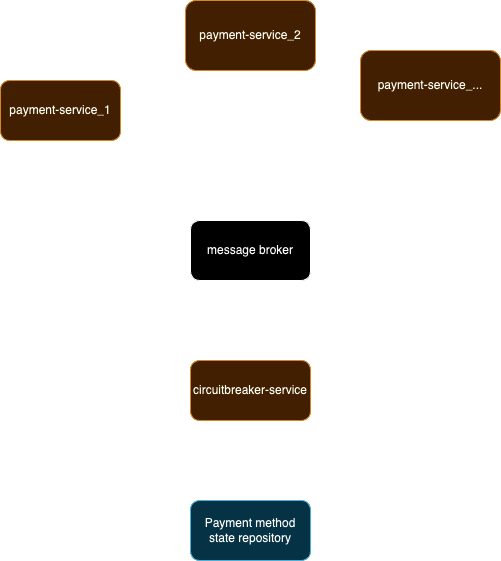
This is assets/img/articles/2024-11-30-circuitbreaker-not-only-for-http-calls/arch.png from allegro/blog, a draw.io export, as it was before one commit. Source tidied: cells renumbered, new cells last; positions are measured from the earlier drawing's top-left corner, leaving out a move shared by most shapes. Source of this version:
```xml
<mxGraphModel>
  <root>
    <mxCell id="0" />
    <mxCell id="1" parent="0" />
    <mxCell id="2" style="edgeStyle=orthogonalEdgeStyle;rounded=0;jettySize=auto;html=1;entryX=0;entryY=0;entryDx=0;entryDy=0;" parent="1" edge="1" source="3" target="9">
      <mxGeometry relative="1" as="geometry" />
    </mxCell>
    <mxCell id="3" value="payment-service_1" style="rounded=1;whiteSpace=wrap;html=1;fillColor=#fad7ac;strokeColor=#b46504;" parent="1" vertex="1">
      <mxGeometry y="80" width="120" height="60" as="geometry" />
    </mxCell>
    <mxCell id="4" style="edgeStyle=orthogonalEdgeStyle;rounded=0;jettySize=auto;html=1;" parent="1" edge="1" source="5" target="9">
      <mxGeometry relative="1" as="geometry" />
    </mxCell>
    <mxCell id="5" value="payment-service_2" style="rounded=1;whiteSpace=wrap;html=1;fillColor=#fad7ac;strokeColor=#b46504;" parent="1" vertex="1">
      <mxGeometry x="185" width="130" height="70" as="geometry" />
    </mxCell>
    <mxCell id="6" style="edgeStyle=orthogonalEdgeStyle;rounded=0;jettySize=auto;html=1;exitX=0.5;exitY=1;exitDx=0;exitDy=0;entryX=1;entryY=0;entryDx=0;entryDy=0;" parent="1" edge="1" source="7" target="9">
      <mxGeometry relative="1" as="geometry" />
    </mxCell>
    <mxCell id="7" value="payment-service_..." style="rounded=1;whiteSpace=wrap;html=1;fillColor=#fad7ac;strokeColor=#b46504;" parent="1" vertex="1">
      <mxGeometry x="360" y="50" width="140" height="70" as="geometry" />
    </mxCell>
    <mxCell id="8" style="edgeStyle=orthogonalEdgeStyle;rounded=0;jettySize=auto;html=1;exitX=0.5;exitY=1;exitDx=0;exitDy=0;entryX=0.5;entryY=0;entryDx=0;entryDy=0;" parent="1" edge="1" source="9" target="11">
      <mxGeometry relative="1" as="geometry" />
    </mxCell>
    <mxCell id="9" value="message broker" style="rounded=1;whiteSpace=wrap;html=1;" parent="1" vertex="1">
      <mxGeometry x="190" y="220" width="120" height="60" as="geometry" />
    </mxCell>
    <mxCell id="10" style="edgeStyle=orthogonalEdgeStyle;rounded=0;jettySize=auto;html=1;exitX=0.5;exitY=1;exitDx=0;exitDy=0;entryX=0.5;entryY=0;entryDx=0;entryDy=0;" parent="1" edge="1" source="11" target="12">
      <mxGeometry relative="1" as="geometry" />
    </mxCell>
    <mxCell id="11" value="circuitbreaker-service" style="rounded=1;whiteSpace=wrap;html=1;fillColor=#fad7ac;strokeColor=#b46504;" parent="1" vertex="1">
      <mxGeometry x="190" y="360" width="120" height="60" as="geometry" />
    </mxCell>
    <mxCell id="12" value="Payment method state repository" style="rounded=1;whiteSpace=wrap;html=1;fillColor=#b1ddf0;strokeColor=#10739e;" parent="1" vertex="1">
      <mxGeometry x="190" y="500" width="120" height="60" as="geometry" />
    </mxCell>
  </root>
</mxGraphModel>
```
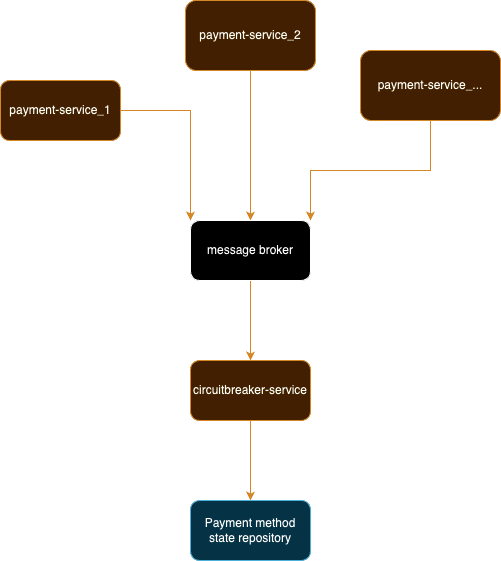
After the change.

Commit message:
circuitbreaker-not-only-for-http-calls

The edit, as a diff of the source:
```diff
@@ -2,31 +2,31 @@
   <root>
     <mxCell id="0" />
     <mxCell id="1" parent="0" />
-    <mxCell id="2" style="edgeStyle=orthogonalEdgeStyle;rounded=0;jettySize=auto;html=1;entryX=0;entryY=0;entryDx=0;entryDy=0;" parent="1" edge="1" source="3" target="9">
+    <mxCell id="2" style="edgeStyle=orthogonalEdgeStyle;rounded=0;jettySize=auto;html=1;entryX=0;entryY=0;entryDx=0;entryDy=0;fillColor=#fad7ac;strokeColor=#b46504;" parent="1" edge="1" source="3" target="9">
       <mxGeometry relative="1" as="geometry" />
     </mxCell>
     <mxCell id="3" value="payment-service_1" style="rounded=1;whiteSpace=wrap;html=1;fillColor=#fad7ac;strokeColor=#b46504;" parent="1" vertex="1">
       <mxGeometry y="80" width="120" height="60" as="geometry" />
     </mxCell>
-    <mxCell id="4" style="edgeStyle=orthogonalEdgeStyle;rounded=0;jettySize=auto;html=1;" parent="1" edge="1" source="5" target="9">
+    <mxCell id="4" style="edgeStyle=orthogonalEdgeStyle;rounded=0;jettySize=auto;html=1;fillColor=#fad7ac;strokeColor=#b46504;" parent="1" edge="1" source="5" target="9">
       <mxGeometry relative="1" as="geometry" />
     </mxCell>
     <mxCell id="5" value="payment-service_2" style="rounded=1;whiteSpace=wrap;html=1;fillColor=#fad7ac;strokeColor=#b46504;" parent="1" vertex="1">
       <mxGeometry x="185" width="130" height="70" as="geometry" />
     </mxCell>
-    <mxCell id="6" style="edgeStyle=orthogonalEdgeStyle;rounded=0;jettySize=auto;html=1;exitX=0.5;exitY=1;exitDx=0;exitDy=0;entryX=1;entryY=0;entryDx=0;entryDy=0;" parent="1" edge="1" source="7" target="9">
+    <mxCell id="6" style="edgeStyle=orthogonalEdgeStyle;rounded=0;jettySize=auto;html=1;exitX=0.5;exitY=1;exitDx=0;exitDy=0;entryX=1;entryY=0;entryDx=0;entryDy=0;fillColor=#fad7ac;strokeColor=#b46504;" parent="1" edge="1" source="7" target="9">
       <mxGeometry relative="1" as="geometry" />
     </mxCell>
     <mxCell id="7" value="payment-service_..." style="rounded=1;whiteSpace=wrap;html=1;fillColor=#fad7ac;strokeColor=#b46504;" parent="1" vertex="1">
       <mxGeometry x="360" y="50" width="140" height="70" as="geometry" />
     </mxCell>
-    <mxCell id="8" style="edgeStyle=orthogonalEdgeStyle;rounded=0;jettySize=auto;html=1;exitX=0.5;exitY=1;exitDx=0;exitDy=0;entryX=0.5;entryY=0;entryDx=0;entryDy=0;" parent="1" edge="1" source="9" target="11">
+    <mxCell id="8" style="edgeStyle=orthogonalEdgeStyle;rounded=0;jettySize=auto;html=1;exitX=0.5;exitY=1;exitDx=0;exitDy=0;entryX=0.5;entryY=0;entryDx=0;entryDy=0;fillColor=#fad7ac;strokeColor=#b46504;" parent="1" edge="1" source="9" target="11">
       <mxGeometry relative="1" as="geometry" />
     </mxCell>
     <mxCell id="9" value="message broker" style="rounded=1;whiteSpace=wrap;html=1;" parent="1" vertex="1">
       <mxGeometry x="190" y="220" width="120" height="60" as="geometry" />
     </mxCell>
-    <mxCell id="10" style="edgeStyle=orthogonalEdgeStyle;rounded=0;jettySize=auto;html=1;exitX=0.5;exitY=1;exitDx=0;exitDy=0;entryX=0.5;entryY=0;entryDx=0;entryDy=0;" parent="1" edge="1" source="11" target="12">
+    <mxCell id="10" style="edgeStyle=orthogonalEdgeStyle;rounded=0;jettySize=auto;html=1;exitX=0.5;exitY=1;exitDx=0;exitDy=0;entryX=0.5;entryY=0;entryDx=0;entryDy=0;fillColor=#fad7ac;strokeColor=#b46504;" parent="1" edge="1" source="11" target="12">
       <mxGeometry relative="1" as="geometry" />
     </mxCell>
     <mxCell id="11" value="circuitbreaker-service" style="rounded=1;whiteSpace=wrap;html=1;fillColor=#fad7ac;strokeColor=#b46504;" parent="1" vertex="1">
```
